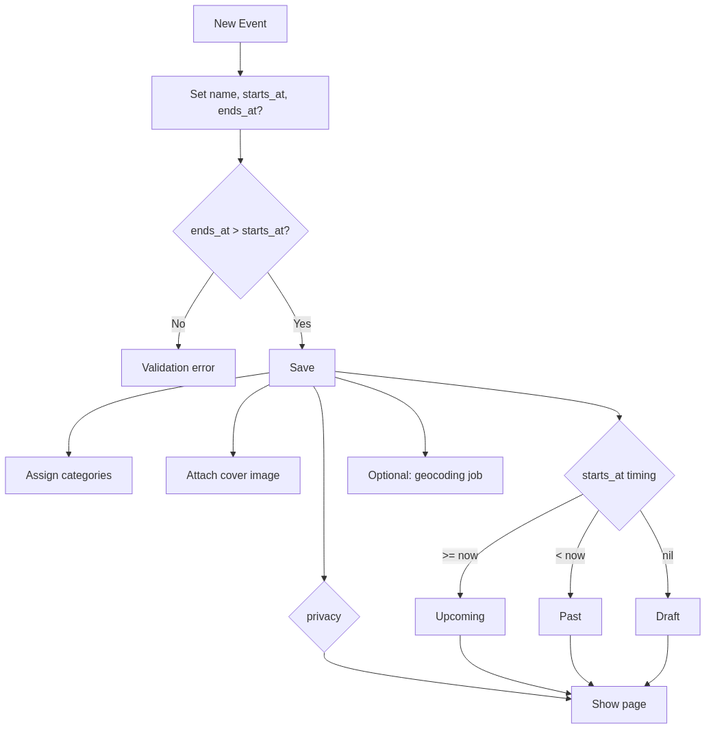
Before: docs/events_flow.png, a diagram exported from Mermaid (better-together-org/community-engine-rails). Its source is kept beside it as docs/events_flow.mmd.
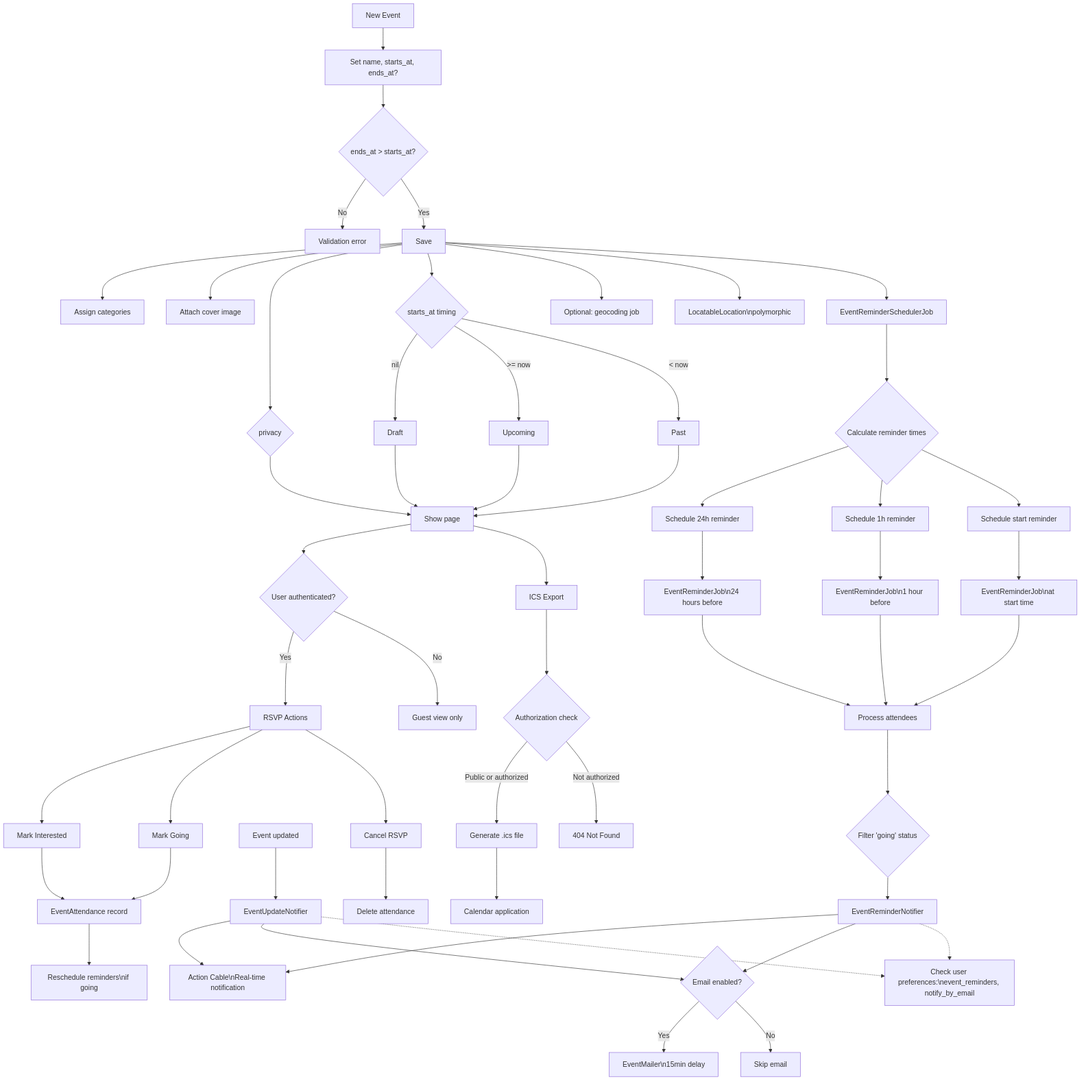
The same diagram one commit later.

Commit message:
feat: Enhance event and notification systems with comprehensive reminder workflows and documentation

Change to the diagram source:
```diff
@@ -15,6 +15,32 @@
   SCOPE -->|< now| PAST[Past]
 
   SAVE --> GEO[Optional: geocoding job]
+  SAVE --> LOC[LocatableLocation\npolymorphic]
+
+  SAVE --> SCHED[EventReminderSchedulerJob]
+  SCHED --> CALC{Calculate reminder times}
+  CALC --> R24[Schedule 24h reminder]
+  CALC --> R1[Schedule 1h reminder]
+  CALC --> RS[Schedule start reminder]
+
+  R24 --> RJ24[EventReminderJob\n24 hours before]
+  R1 --> RJ1[EventReminderJob\n1 hour before]
+  RS --> RJS[EventReminderJob\nat start time]
+
+  RJ24 --> PROC[Process attendees]
+  RJ1 --> PROC
+  RJS --> PROC
+  PROC --> GOING{Filter 'going' status}
+  GOING --> ERN[EventReminderNotifier]
+
+  ERN --> AC[Action Cable\nReal-time notification]
+  ERN --> EMAIL{Email enabled?}
+  EMAIL -->|Yes| MAIL[EventMailer\n15min delay]
+  EMAIL -->|No| SKIP[Skip email]
+
+  UPDATE[Event updated] --> EUN[EventUpdateNotifier]
+  EUN --> AC
+  EUN --> EMAIL
 
   PZ --> SHOW[Show page]
   UPCOMING --> SHOW
@@ -25,14 +51,19 @@
   AUTH -->|Yes| RSVP[RSVP Actions]
   AUTH -->|No| GUEST[Guest view only]
   RSVP --> INT[Mark Interested]
-  RSVP --> GOING[Mark Going]
+  RSVP --> GOING_ACT[Mark Going]
   RSVP --> CANCEL[Cancel RSVP]
   INT --> ATT[EventAttendance record]
-  GOING --> ATT
+  GOING_ACT --> ATT
   CANCEL --> DEL[Delete attendance]
+
+  ATT --> RESCHED[Reschedule reminders\nif going]
 
   SHOW --> ICS[ICS Export]
   ICS --> ICSAUTH{Authorization check}
   ICSAUTH -->|Public or authorized| EXPORT[Generate .ics file]
   ICSAUTH -->|Not authorized| 404[404 Not Found]
   EXPORT --> CAL[Calendar application]
+
+  ERN -.-> PREFS[Check user preferences:\nevent_reminders, notify_by_email]
+  EUN -.-> PREFS
```
